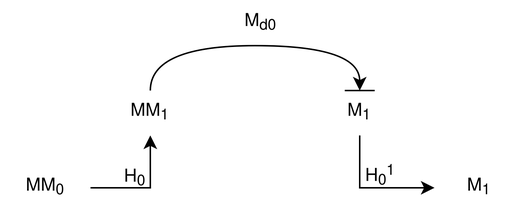
Earlier version of the draw.io export diagramme/auto-amelioration_machine.drawio.png (mathben/memoire_generateur_code_2023). Source tidied: cells renumbered, new cells last; positions are measured from the earlier drawing's top-left corner, leaving out a move shared by most shapes. Source of this version:
```xml
<mxGraphModel>
  <root>
    <mxCell id="0" />
    <mxCell id="1" parent="0" />
    <mxCell id="2" value="H&lt;sub&gt;0&lt;/sub&gt;&lt;sup&gt;1&lt;/sup&gt;" style="text;html=1;strokeColor=none;fillColor=none;align=center;verticalAlign=middle;whiteSpace=wrap;rounded=0;" parent="1" vertex="1">
      <mxGeometry x="224" y="102" width="60" height="30" as="geometry" />
    </mxCell>
    <mxCell id="3" value="H&lt;sub&gt;0&lt;/sub&gt;" style="text;html=1;strokeColor=none;fillColor=none;align=center;verticalAlign=middle;whiteSpace=wrap;rounded=0;" parent="1" vertex="1">
      <mxGeometry x="60" y="104" width="60" height="30" as="geometry" />
    </mxCell>
    <mxCell id="4" style="edgeStyle=orthogonalEdgeStyle;rounded=0;jettySize=auto;html=1;" parent="1" edge="1" source="5" target="8">
      <mxGeometry relative="1" as="geometry" />
    </mxCell>
    <mxCell id="5" value="MM&lt;sub&gt;0&lt;/sub&gt;" style="text;html=1;strokeColor=none;fillColor=none;align=center;verticalAlign=middle;whiteSpace=wrap;rounded=0;" parent="1" vertex="1">
      <mxGeometry y="110" width="60" height="30" as="geometry" />
    </mxCell>
    <mxCell id="6" value="M&lt;sub&gt;1&lt;/sub&gt;" style="text;html=1;strokeColor=none;fillColor=none;align=center;verticalAlign=middle;whiteSpace=wrap;rounded=0;" parent="1" vertex="1">
      <mxGeometry x="290" y="110" width="60" height="30" as="geometry" />
    </mxCell>
    <mxCell id="7" style="edgeStyle=orthogonalEdgeStyle;rounded=0;jettySize=auto;html=1;curved=1;" parent="1" edge="1" source="8" target="10">
      <mxGeometry relative="1" as="geometry">
        <Array as="points">
          <mxPoint x="100" y="30" />
          <mxPoint x="240" y="30" />
        </Array>
      </mxGeometry>
    </mxCell>
    <mxCell id="8" value="MM&lt;sub&gt;1&lt;/sub&gt;" style="text;html=1;strokeColor=none;fillColor=none;align=center;verticalAlign=middle;whiteSpace=wrap;rounded=0;" parent="1" vertex="1">
      <mxGeometry x="70" y="60" width="60" height="30" as="geometry" />
    </mxCell>
    <mxCell id="9" style="edgeStyle=orthogonalEdgeStyle;rounded=0;jettySize=auto;html=1;entryX=0;entryY=0.5;entryDx=0;entryDy=0;" parent="1" edge="1" source="10" target="6">
      <mxGeometry relative="1" as="geometry">
        <Array as="points">
          <mxPoint x="240" y="125" />
        </Array>
      </mxGeometry>
    </mxCell>
    <mxCell id="10" value="M&lt;sub&gt;1&lt;/sub&gt;" style="text;html=1;strokeColor=none;fillColor=none;align=center;verticalAlign=middle;whiteSpace=wrap;rounded=0;" parent="1" vertex="1">
      <mxGeometry x="230" y="60" width="20" height="30" as="geometry" />
    </mxCell>
    <mxCell id="11" value="M&lt;sub&gt;d0&lt;/sub&gt;" style="text;html=1;strokeColor=none;fillColor=none;align=center;verticalAlign=middle;whiteSpace=wrap;rounded=0;" parent="1" vertex="1">
      <mxGeometry x="144" width="60" height="30" as="geometry" />
    </mxCell>
    <mxCell id="12" style="endArrow=none;html=1;rounded=0;entryX=1;entryY=0;entryDx=0;entryDy=0;exitX=0;exitY=0;exitDx=0;exitDy=0;" parent="1" edge="1" source="10" target="10">
      <mxGeometry relative="1" as="geometry" />
    </mxCell>
  </root>
</mxGraphModel>
```
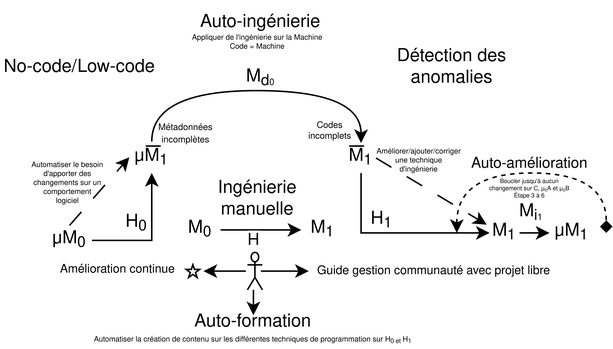
The same diagram one commit later.

Commit message:
[ADD] diagramme auto-amelioration

The edit, as a diff of the source:
```diff
@@ -2,7 +2,7 @@
   <root>
     <mxCell id="0" />
     <mxCell id="1" parent="0" />
-    <mxCell id="2" value="H&lt;sub&gt;0&lt;/sub&gt;&lt;sup&gt;1&lt;/sup&gt;" style="text;html=1;strokeColor=none;fillColor=none;align=center;verticalAlign=middle;whiteSpace=wrap;rounded=0;" parent="1" vertex="1">
+    <mxCell id="2" value="H&lt;sub&gt;1&lt;/sub&gt;" style="text;html=1;strokeColor=none;fillColor=none;align=center;verticalAlign=middle;whiteSpace=wrap;rounded=0;" parent="1" vertex="1">
       <mxGeometry x="224" y="102" width="60" height="30" as="geometry" />
     </mxCell>
     <mxCell id="3" value="H&lt;sub&gt;0&lt;/sub&gt;" style="text;html=1;strokeColor=none;fillColor=none;align=center;verticalAlign=middle;whiteSpace=wrap;rounded=0;" parent="1" vertex="1">
@@ -11,11 +11,19 @@
     <mxCell id="4" style="edgeStyle=orthogonalEdgeStyle;rounded=0;jettySize=auto;html=1;" parent="1" edge="1" source="5" target="8">
       <mxGeometry relative="1" as="geometry" />
     </mxCell>
-    <mxCell id="5" value="MM&lt;sub&gt;0&lt;/sub&gt;" style="text;html=1;strokeColor=none;fillColor=none;align=center;verticalAlign=middle;whiteSpace=wrap;rounded=0;" parent="1" vertex="1">
-      <mxGeometry y="110" width="60" height="30" as="geometry" />
+    <mxCell id="5" value="μ&lt;sub&gt;&lt;/sub&gt;M&lt;sub&gt;0&lt;/sub&gt;" style="text;html=1;strokeColor=none;fillColor=none;align=center;verticalAlign=middle;whiteSpace=wrap;rounded=0;" parent="1" vertex="1">
+      <mxGeometry x="30" y="120" width="30" height="20" as="geometry" />
     </mxCell>
+    <mxCell id="13" style="edgeStyle=orthogonalEdgeStyle;rounded=0;jettySize=auto;html=1;" parent="1" edge="1" source="6" target="25">
+      <mxGeometry relative="1" as="geometry">
+        <Array as="points">
+          <mxPoint x="356" y="125" />
+          <mxPoint x="356" y="125" />
+        </Array>
+      </mxGeometry>
+    </mxCell>
     <mxCell id="6" value="M&lt;sub&gt;1&lt;/sub&gt;" style="text;html=1;strokeColor=none;fillColor=none;align=center;verticalAlign=middle;whiteSpace=wrap;rounded=0;" parent="1" vertex="1">
-      <mxGeometry x="290" y="110" width="60" height="30" as="geometry" />
+      <mxGeometry x="326" y="110" width="20" height="30" as="geometry" />
     </mxCell>
     <mxCell id="7" style="edgeStyle=orthogonalEdgeStyle;rounded=0;jettySize=auto;html=1;curved=1;" parent="1" edge="1" source="8" target="10">
       <mxGeometry relative="1" as="geometry">
@@ -25,8 +33,8 @@
         </Array>
       </mxGeometry>
     </mxCell>
-    <mxCell id="8" value="MM&lt;sub&gt;1&lt;/sub&gt;" style="text;html=1;strokeColor=none;fillColor=none;align=center;verticalAlign=middle;whiteSpace=wrap;rounded=0;" parent="1" vertex="1">
-      <mxGeometry x="70" y="60" width="60" height="30" as="geometry" />
+    <mxCell id="8" value="μ&lt;sub&gt;&lt;/sub&gt;M&lt;sub&gt;1&lt;/sub&gt;" style="text;html=1;strokeColor=none;fillColor=none;align=center;verticalAlign=middle;whiteSpace=wrap;rounded=0;" parent="1" vertex="1">
+      <mxGeometry x="85" y="64" width="30" height="21" as="geometry" />
     </mxCell>
     <mxCell id="9" style="edgeStyle=orthogonalEdgeStyle;rounded=0;jettySize=auto;html=1;entryX=0;entryY=0.5;entryDx=0;entryDy=0;" parent="1" edge="1" source="10" target="6">
       <mxGeometry relative="1" as="geometry">
@@ -36,13 +44,126 @@
       </mxGeometry>
     </mxCell>
     <mxCell id="10" value="M&lt;sub&gt;1&lt;/sub&gt;" style="text;html=1;strokeColor=none;fillColor=none;align=center;verticalAlign=middle;whiteSpace=wrap;rounded=0;" parent="1" vertex="1">
-      <mxGeometry x="230" y="60" width="20" height="30" as="geometry" />
+      <mxGeometry x="230" y="65" width="20" height="20" as="geometry" />
     </mxCell>
-    <mxCell id="11" value="M&lt;sub&gt;d0&lt;/sub&gt;" style="text;html=1;strokeColor=none;fillColor=none;align=center;verticalAlign=middle;whiteSpace=wrap;rounded=0;" parent="1" vertex="1">
-      <mxGeometry x="144" width="60" height="30" as="geometry" />
+    <mxCell id="11" value="M&lt;sub&gt;d&lt;font style=&quot;font-size: 9px;&quot;&gt;&lt;font style=&quot;font-size: 8px;&quot;&gt;&lt;font style=&quot;font-size: 7px;&quot;&gt;&lt;font style=&quot;font-size: 6px;&quot;&gt;0&lt;/font&gt;&lt;/font&gt;&lt;/font&gt;&lt;/font&gt;&lt;/sub&gt;" style="text;html=1;strokeColor=none;fillColor=none;align=center;verticalAlign=middle;whiteSpace=wrap;rounded=0;" parent="1" vertex="1">
+      <mxGeometry x="143" y="7" width="60" height="30" as="geometry" />
     </mxCell>
-    <mxCell id="12" style="endArrow=none;html=1;rounded=0;entryX=1;entryY=0;entryDx=0;entryDy=0;exitX=0;exitY=0;exitDx=0;exitDy=0;" parent="1" edge="1" source="10" target="10">
-      <mxGeometry relative="1" as="geometry" />
-    </mxCell>
+    <mxCell id="14" value="M&lt;sub&gt;0&lt;/sub&gt;" style="text;html=1;strokeColor=none;fillColor=none;align=center;verticalAlign=middle;whiteSpace=wrap;rounded=0;" parent="1" vertex="1">
+      <mxGeometry x="119" y="108" width="27" height="30" as="geometry" />
+    </mxCell>
+    <mxCell id="15" value="M&lt;sub&gt;1&lt;/sub&gt;" style="text;html=1;strokeColor=none;fillColor=none;align=center;verticalAlign=middle;whiteSpace=wrap;rounded=0;" parent="1" vertex="1">
+      <mxGeometry x="200" y="108" width="29" height="30" as="geometry" />
+    </mxCell>
+    <mxCell id="16" style="endArrow=classic;html=1;rounded=0;exitX=1;exitY=0.5;exitDx=0;exitDy=0;" parent="1" edge="1" source="14" target="15">
+      <mxGeometry relative="1" as="geometry" />
+    </mxCell>
+    <mxCell id="17" value="H" style="edgeLabel;html=1;align=center;verticalAlign=middle;" parent="16" vertex="1">
+      <mxGeometry x="-0.22" y="1" relative="1" as="geometry">
+        <mxPoint x="1" y="8" as="offset" />
+      </mxGeometry>
+    </mxCell>
+    <mxCell id="18" value="Ingénierie manuelle" style="text;html=1;strokeColor=none;fillColor=none;align=center;verticalAlign=middle;whiteSpace=wrap;rounded=0;" parent="1" vertex="1">
+      <mxGeometry x="141" y="88" width="60" height="30" as="geometry" />
+    </mxCell>
+    <mxCell id="19" style="endArrow=none;html=1;rounded=0;" parent="1" edge="1">
+      <mxGeometry relative="1" as="geometry">
+        <mxPoint x="232" y="67" as="sourcePoint" />
+        <mxPoint x="242" y="67" as="targetPoint" />
+      </mxGeometry>
+    </mxCell>
+    <mxCell id="20" value="M&lt;sub&gt;i&lt;font style=&quot;font-size: 9px;&quot;&gt;&lt;font style=&quot;font-size: 8px;&quot;&gt;&lt;font style=&quot;font-size: 7px;&quot;&gt;&lt;font style=&quot;font-size: 6px;&quot;&gt;1&lt;/font&gt;&lt;/font&gt;&lt;/font&gt;&lt;/font&gt;&lt;/sub&gt;" style="text;html=1;strokeColor=none;fillColor=none;align=center;verticalAlign=middle;whiteSpace=wrap;rounded=0;" parent="1" vertex="1">
+      <mxGeometry x="324" y="97" width="60" height="30" as="geometry" />
+    </mxCell>
+    <mxCell id="21" value="Codes incomplets" style="text;html=1;strokeColor=none;fillColor=none;align=center;verticalAlign=middle;whiteSpace=wrap;rounded=0;fontSize=6;" parent="1" vertex="1">
+      <mxGeometry x="198" y="46" width="43" height="22" as="geometry" />
+    </mxCell>
+    <mxCell id="22" style="endArrow=none;html=1;rounded=0;" parent="1" edge="1">
+      <mxGeometry relative="1" as="geometry">
+        <mxPoint x="96" y="67" as="sourcePoint" />
+        <mxPoint x="106" y="67" as="targetPoint" />
+      </mxGeometry>
+    </mxCell>
+    <mxCell id="23" value="&lt;div style=&quot;font-size: 6px;&quot;&gt;&lt;font style=&quot;font-size: 6px;&quot;&gt;Métadonnées&lt;/font&gt;&lt;/div&gt;&lt;div style=&quot;font-size: 6px;&quot;&gt;&lt;font style=&quot;font-size: 6px;&quot;&gt;incomplètes&lt;br style=&quot;font-size: 7px;&quot;&gt;&lt;/font&gt;&lt;/div&gt;" style="text;html=1;strokeColor=none;fillColor=none;align=center;verticalAlign=middle;whiteSpace=wrap;rounded=0;fontSize=7;" parent="1" vertex="1">
+      <mxGeometry x="92.5" y="44" width="60" height="30" as="geometry" />
+    </mxCell>
+    <mxCell id="24" value="Auto-ingénierie" style="text;html=1;strokeColor=none;fillColor=none;align=center;verticalAlign=middle;whiteSpace=wrap;rounded=0;" parent="1" vertex="1">
+      <mxGeometry x="126" y="-30" width="94" height="30" as="geometry" />
+    </mxCell>
+    <mxCell id="25" value="μ&lt;sub&gt;&lt;/sub&gt;M&lt;sub&gt;1&lt;/sub&gt;" style="text;html=1;strokeColor=none;fillColor=none;align=center;verticalAlign=middle;whiteSpace=wrap;rounded=0;" parent="1" vertex="1">
+      <mxGeometry x="366" y="110" width="30" height="30" as="geometry" />
+    </mxCell>
+    <mxCell id="26" style="endArrow=diamond;dashed=1;html=1;rounded=0;edgeStyle=orthogonalEdgeStyle;curved=1;startArrow=classic;startFill=1;endFill=1;" parent="1" edge="1">
+      <mxGeometry relative="1" as="geometry">
+        <mxPoint x="304" y="125" as="sourcePoint" />
+        <mxPoint x="404" y="125" as="targetPoint" />
+        <Array as="points">
+          <mxPoint x="304" y="85" />
+          <mxPoint x="404" y="85" />
+        </Array>
+      </mxGeometry>
+    </mxCell>
+    <mxCell id="27" value="&lt;font style=&quot;font-size: 11px;&quot;&gt;&lt;font style=&quot;font-size: 10px;&quot;&gt;Auto-amélioration&lt;/font&gt;&lt;/font&gt;" style="text;html=1;strokeColor=none;fillColor=none;align=center;verticalAlign=middle;whiteSpace=wrap;rounded=0;" parent="1" vertex="1">
+      <mxGeometry x="310" y="72" width="86" height="14" as="geometry" />
+    </mxCell>
+    <mxCell id="28" value="Boucler jusqu'à aucun changement sur C, μ&lt;sub&gt;c&lt;/sub&gt;A et μ&lt;sub&gt;c&lt;/sub&gt;B&lt;br&gt;Étape 3 à 6" style="text;html=1;strokeColor=none;fillColor=none;align=center;verticalAlign=middle;whiteSpace=wrap;rounded=0;fontSize=4;" parent="1" vertex="1">
+      <mxGeometry x="324" y="92" width="58" height="8" as="geometry" />
+    </mxCell>
+    <mxCell id="29" value="&lt;div&gt;Auto-formation&lt;/div&gt;" style="text;html=1;strokeColor=none;fillColor=none;align=center;verticalAlign=middle;whiteSpace=wrap;rounded=0;" parent="1" vertex="1">
+      <mxGeometry x="116" y="180" width="104" height="10" as="geometry" />
+    </mxCell>
+    <mxCell id="30" value="&lt;font style=&quot;font-size: 11px;&quot;&gt;&lt;font style=&quot;font-size: 10px;&quot;&gt;&lt;font style=&quot;font-size: 9px;&quot;&gt;&lt;font style=&quot;font-size: 8px;&quot;&gt;&lt;font style=&quot;font-size: 7px;&quot;&gt;&lt;font style=&quot;font-size: 6px;&quot;&gt;&lt;font style=&quot;font-size: 5px;&quot;&gt;Automatiser la création de contenu sur les différentes techniques de programmation sur &lt;/font&gt;&lt;/font&gt;&lt;/font&gt;&lt;/font&gt;&lt;/font&gt;&lt;/font&gt;&lt;/font&gt;&lt;font style=&quot;font-size: 5px;&quot;&gt;H&lt;sub&gt;0 et &lt;/sub&gt;&lt;/font&gt;&lt;font style=&quot;font-size: 5px;&quot;&gt;H&lt;sub&gt;1&lt;/sub&gt;&lt;/font&gt;" style="text;html=1;strokeColor=none;fillColor=none;align=center;verticalAlign=middle;whiteSpace=wrap;rounded=0;" parent="1" vertex="1">
+      <mxGeometry x="55" y="190" width="226" height="10" as="geometry" />
+    </mxCell>
+    <mxCell id="31" value="&lt;div&gt;Appliquer de l'ingénierie sur la Machine&lt;/div&gt;&lt;div&gt;Code = Machine&lt;/div&gt;" style="text;html=1;strokeColor=none;fillColor=none;align=center;verticalAlign=middle;whiteSpace=wrap;rounded=0;fontSize=5;" parent="1" vertex="1">
+      <mxGeometry x="116" y="-17" width="110" height="30" as="geometry" />
+    </mxCell>
+    <mxCell id="32" style="endArrow=classic;html=1;rounded=0;exitX=0.5;exitY=0;exitDx=0;exitDy=0;dashed=1;dashPattern=12 12;entryX=0;entryY=0.5;entryDx=0;entryDy=0;" parent="1" edge="1" source="5" target="8">
+      <mxGeometry relative="1" as="geometry" />
+    </mxCell>
+    <mxCell id="33" value="Automatiser le besoin d'apporter des changements sur un comportement logiciel" style="text;html=1;strokeColor=none;fillColor=none;align=center;verticalAlign=middle;whiteSpace=wrap;rounded=0;fontSize=5;" parent="1" vertex="1">
+      <mxGeometry x="19" y="77" width="50" height="30" as="geometry" />
+    </mxCell>
+    <mxCell id="34" style="endArrow=classic;html=1;rounded=0;entryX=0;entryY=0.75;entryDx=0;entryDy=0;dashed=1;dashPattern=12 12;exitX=1;exitY=0.5;exitDx=0;exitDy=0;" parent="1" edge="1" source="10" target="20">
+      <mxGeometry relative="1" as="geometry" />
+    </mxCell>
+    <mxCell id="35" value="&lt;div style=&quot;font-size: 5px;&quot;&gt;&lt;font style=&quot;font-size: 5px;&quot;&gt;Améliorer/ajouter/corriger une technique d'ingénierie&lt;br&gt;&lt;/font&gt;&lt;/div&gt;" style="text;html=1;strokeColor=none;fillColor=none;align=center;verticalAlign=middle;whiteSpace=wrap;rounded=0;" parent="1" vertex="1">
+      <mxGeometry x="249" y="62" width="60" height="30" as="geometry" />
+    </mxCell>
+    <mxCell id="36" style="verticalLabelPosition=bottom;verticalAlign=top;html=1;shape=mxgraph.basic.star;" parent="1" vertex="1">
+      <mxGeometry x="123" y="146.2" width="9" height="8.5" as="geometry" />
+    </mxCell>
+    <mxCell id="37" style="edgeStyle=orthogonalEdgeStyle;rounded=0;orthogonalLoop=1;jettySize=auto;html=1;entryX=0.991;entryY=0.457;entryDx=0;entryDy=0;entryPerimeter=0;" parent="1" edge="1">
+      <mxGeometry relative="1" as="geometry">
+        <mxPoint x="163" y="150.5" as="sourcePoint" />
+        <mxPoint x="134.6" y="150.3" as="targetPoint" />
+      </mxGeometry>
+    </mxCell>
+    <mxCell id="38" style="edgeStyle=orthogonalEdgeStyle;rounded=0;orthogonalLoop=1;jettySize=auto;html=1;" parent="1" edge="1">
+      <mxGeometry relative="1" as="geometry">
+        <mxPoint x="173" y="150.5" as="sourcePoint" />
+        <mxPoint x="205" y="150" as="targetPoint" />
+      </mxGeometry>
+    </mxCell>
+    <mxCell id="39" style="rounded=0;jettySize=auto;html=1;entryX=0.5;entryY=0;entryDx=0;entryDy=0;" parent="1" edge="1" target="29">
+      <mxGeometry relative="1" as="geometry">
+        <mxPoint x="168" y="163" as="sourcePoint" />
+      </mxGeometry>
+    </mxCell>
+    <mxCell id="40" style="shape=umlActor;verticalLabelPosition=bottom;verticalAlign=top;html=1;" parent="1" vertex="1">
+      <mxGeometry x="164" y="138" width="10" height="25" as="geometry" />
+    </mxCell>
+    <mxCell id="41" value="Amélioration continue" style="text;html=1;strokeColor=none;fillColor=none;align=center;verticalAlign=middle;whiteSpace=wrap;rounded=0;fontSize=8;" parent="1" vertex="1">
+      <mxGeometry x="34" y="141" width="87" height="18" as="geometry" />
+    </mxCell>
+    <mxCell id="42" value="Guide gestion communauté avec projet libre" style="text;html=1;strokeColor=none;fillColor=none;align=center;verticalAlign=middle;whiteSpace=wrap;rounded=0;fontSize=8;" parent="1" vertex="1">
+      <mxGeometry x="209" y="143" width="160" height="16" as="geometry" />
+    </mxCell>
+    <mxCell id="43" value="Détection des anomalies" style="text;html=1;strokeColor=none;fillColor=none;align=center;verticalAlign=middle;whiteSpace=wrap;rounded=0;" parent="1" vertex="1">
+      <mxGeometry x="241" width="120" height="30" as="geometry" />
+    </mxCell>
+    <mxCell id="44" value="No-code/Low-code" style="text;html=1;strokeColor=none;fillColor=none;align=center;verticalAlign=middle;whiteSpace=wrap;rounded=0;" parent="1" vertex="1">
+      <mxGeometry x="-1" width="106" height="30" as="geometry" />
+    </mxCell>
   </root>
 </mxGraphModel>
```
